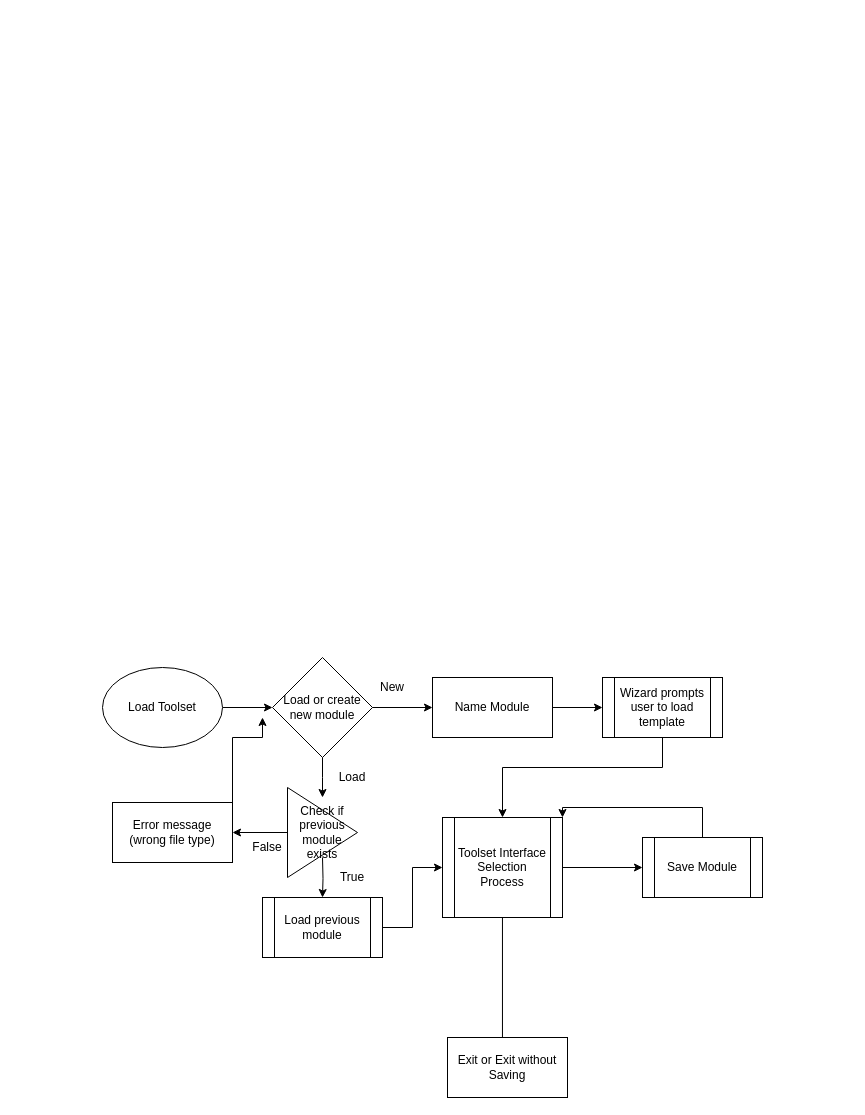
RPG-Research/bcirpg keeps this draw.io diagram as Phase2/Flowcharts/modgodToolset/ModGod/project ilmatar Phase 2 flowchart MODGODtoolset20210123.drawio. Above is the earlier version. Source tidied: cells renumbered, new cells numbered last; positions are measured from the earlier drawing's top-left corner, leaving out a move shared by most shapes. Both pictures are drawn from the tidied source at 100%, with x=0, y=0 at pixel (102, 657).
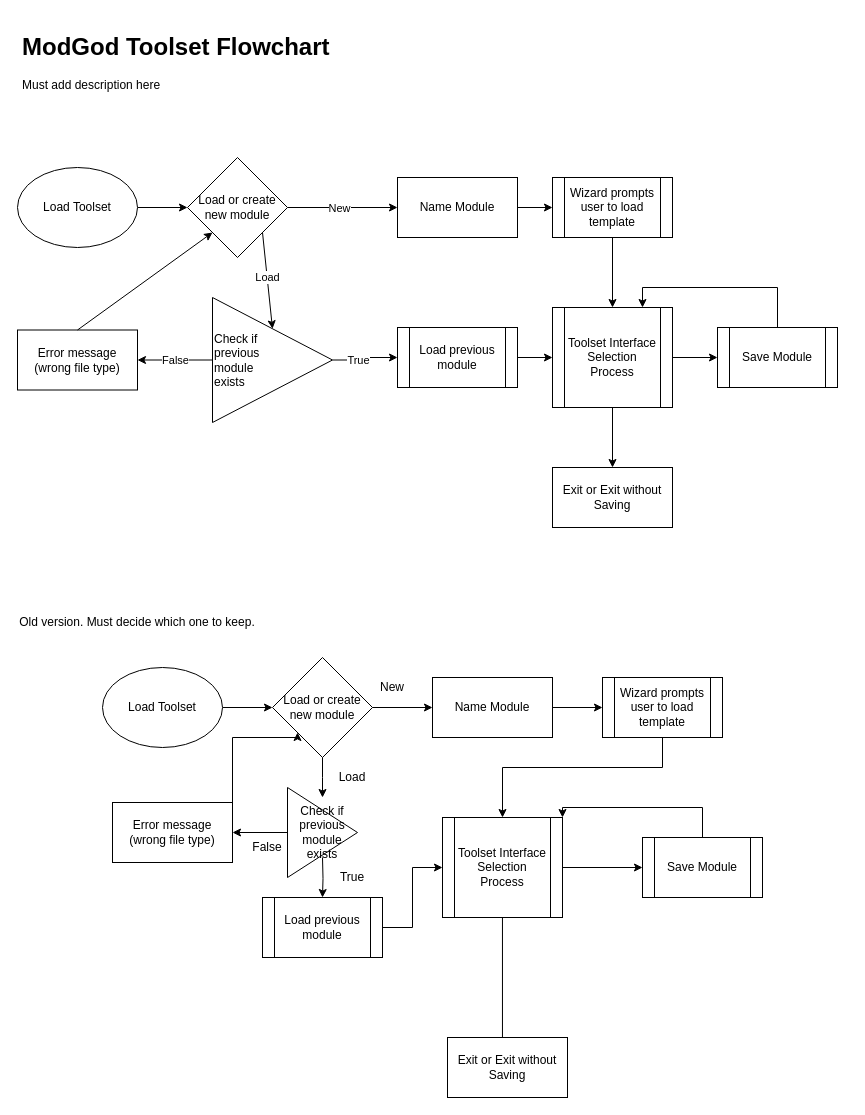
After the change.

The change refers to these unchanged cells:
```xml
<mxCell id="6" value="Load or create new module" style="rhombus;whiteSpace=wrap;html=1;" parent="1" vertex="1">
  <mxGeometry x="170" width="100" height="100" as="geometry" />
</mxCell>
<mxCell id="19" value="Error message (wrong file type)" style="rounded=0;whiteSpace=wrap;html=1;" parent="1" vertex="1">
  <mxGeometry x="10" y="145" width="120" height="60" as="geometry" />
</mxCell>
```

The edit, as a diff of the source:
```diff
@@
-    <mxCell id="18" style="edgeStyle=orthogonalEdgeStyle;rounded=0;jettySize=auto;html=1;" parent="1" edge="1" source="19">
+    <mxCell id="18" style="edgeStyle=orthogonalEdgeStyle;rounded=0;jettySize=auto;html=1;entryX=0;entryY=1;entryDx=0;entryDy=0;" parent="1" edge="1" source="19" target="6">
       <mxGeometry relative="1" as="geometry">
-        <mxPoint x="160" y="60" as="targetPoint" />
         <Array as="points">
           <mxPoint x="130" y="80" />
+          <mxPoint x="195" y="80" />
         </Array>
       </mxGeometry>
     </mxCell>
@@
+    <mxCell id="28" value="&lt;h1&gt;ModGod Toolset Flowchart&lt;/h1&gt;&lt;p&gt;Must add description here&lt;/p&gt;" style="text;html=1;strokeColor=none;fillColor=none;spacing=5;spacingTop=-20;whiteSpace=wrap;overflow=hidden;rounded=0;" parent="1" vertex="1">
+      <mxGeometry x="-85" y="-630" width="830" height="120" as="geometry" />
+    </mxCell>
+    <mxCell id="29" style="edgeStyle=orthogonalEdgeStyle;rounded=0;jettySize=auto;html=1;entryX=0;entryY=0.5;entryDx=0;entryDy=0;" parent="1" edge="1" source="30" target="33">
+      <mxGeometry relative="1" as="geometry" />
+    </mxCell>
+    <mxCell id="30" value="Load Toolset" style="ellipse;whiteSpace=wrap;html=1;" parent="1" vertex="1">
+      <mxGeometry x="-85" y="-490" width="120" height="80" as="geometry" />
+    </mxCell>
+    <mxCell id="31" style="edgeStyle=orthogonalEdgeStyle;rounded=0;jettySize=auto;html=1;exitX=1;exitY=0.5;exitDx=0;exitDy=0;entryX=0;entryY=0.5;entryDx=0;entryDy=0;" parent="1" edge="1" source="33" target="35">
+      <mxGeometry relative="1" as="geometry" />
+    </mxCell>
+    <mxCell id="32" value="New" style="edgeLabel;html=1;align=center;verticalAlign=middle;" parent="31" vertex="1">
+      <mxGeometry x="0.3" relative="1" as="geometry">
+        <mxPoint x="-21" as="offset" />
+      </mxGeometry>
+    </mxCell>
+    <mxCell id="33" value="Load or create new module" style="rhombus;whiteSpace=wrap;html=1;" parent="1" vertex="1">
+      <mxGeometry x="85" y="-500" width="100" height="100" as="geometry" />
+    </mxCell>
+    <mxCell id="34" style="edgeStyle=orthogonalEdgeStyle;rounded=0;jettySize=auto;html=1;entryX=0;entryY=0.5;entryDx=0;entryDy=0;" parent="1" edge="1" source="35" target="37">
+      <mxGeometry relative="1" as="geometry" />
+    </mxCell>
+    <mxCell id="35" value="Name Module" style="rounded=0;whiteSpace=wrap;html=1;" parent="1" vertex="1">
+      <mxGeometry x="295" y="-480" width="120" height="60" as="geometry" />
+    </mxCell>
+    <mxCell id="36" style="edgeStyle=orthogonalEdgeStyle;rounded=0;jettySize=auto;html=1;exitX=0.5;exitY=1;exitDx=0;exitDy=0;entryX=0.5;entryY=0;entryDx=0;entryDy=0;" parent="1" edge="1" source="37" target="51">
+      <mxGeometry relative="1" as="geometry" />
+    </mxCell>
+    <mxCell id="37" value="Wizard prompts user to load template" style="shape=process;whiteSpace=wrap;html=1;backgroundOutline=1;" parent="1" vertex="1">
+      <mxGeometry x="450" y="-480" width="120" height="60" as="geometry" />
+    </mxCell>
+    <mxCell id="38" value="Error message (wrong file type)" style="rounded=0;whiteSpace=wrap;html=1;" parent="1" vertex="1">
+      <mxGeometry x="-85" y="-327.5" width="120" height="60" as="geometry" />
+    </mxCell>
+    <mxCell id="39" style="edgeStyle=orthogonalEdgeStyle;rounded=0;jettySize=auto;html=1;exitX=0;exitY=0.5;exitDx=0;exitDy=0;entryX=1;entryY=0.5;entryDx=0;entryDy=0;" parent="1" edge="1" source="43" target="38">
+      <mxGeometry relative="1" as="geometry" />
+    </mxCell>
+    <mxCell id="40" value="False" style="edgeLabel;html=1;align=center;verticalAlign=middle;" parent="39" vertex="1">
+      <mxGeometry x="-0.29" relative="1" as="geometry">
+        <mxPoint x="-11" as="offset" />
+      </mxGeometry>
+    </mxCell>
+    <mxCell id="41" style="edgeStyle=orthogonalEdgeStyle;rounded=0;jettySize=auto;html=1;entryX=0;entryY=0.5;entryDx=0;entryDy=0;" parent="1" edge="1" source="43" target="48">
+      <mxGeometry relative="1" as="geometry" />
+    </mxCell>
+    <mxCell id="42" value="True" style="edgeLabel;html=1;align=center;verticalAlign=middle;" parent="41" vertex="1">
+      <mxGeometry x="-0.26" relative="1" as="geometry" />
+    </mxCell>
+    <mxCell id="43" value="Check if &lt;br&gt;previous &lt;br&gt;module &lt;br&gt;exists" style="triangle;whiteSpace=wrap;html=1;align=left;" parent="1" vertex="1">
+      <mxGeometry x="110" y="-360" width="120" height="125" as="geometry" />
+    </mxCell>
+    <mxCell id="44" style="endArrow=classic;html=1;rounded=0;entryX=0;entryY=1;entryDx=0;entryDy=0;exitX=0.5;exitY=0;exitDx=0;exitDy=0;" parent="1" edge="1" source="38" target="33">
+      <mxGeometry relative="1" as="geometry" />
+    </mxCell>
+    <mxCell id="45" style="endArrow=classic;html=1;rounded=0;exitX=1;exitY=1;exitDx=0;exitDy=0;entryX=0.5;entryY=0;entryDx=0;entryDy=0;" parent="1" edge="1" source="33" target="43">
+      <mxGeometry relative="1" as="geometry" />
+    </mxCell>
+    <mxCell id="46" value="Load" style="edgeLabel;html=1;align=center;verticalAlign=middle;" parent="45" vertex="1">
+      <mxGeometry x="-0.34" y="1" relative="1" as="geometry">
+        <mxPoint y="13" as="offset" />
+      </mxGeometry>
+    </mxCell>
+    <mxCell id="47" style="edgeStyle=orthogonalEdgeStyle;rounded=0;jettySize=auto;html=1;entryX=0;entryY=0.5;entryDx=0;entryDy=0;" parent="1" edge="1" source="48" target="51">
+      <mxGeometry relative="1" as="geometry" />
+    </mxCell>
+    <mxCell id="48" value="Load previous module" style="shape=process;whiteSpace=wrap;html=1;backgroundOutline=1;" parent="1" vertex="1">
+      <mxGeometry x="295" y="-330" width="120" height="60" as="geometry" />
+    </mxCell>
+    <mxCell id="49" style="edgeStyle=orthogonalEdgeStyle;rounded=0;jettySize=auto;html=1;entryX=0;entryY=0.5;entryDx=0;entryDy=0;" parent="1" edge="1" source="51" target="53">
+      <mxGeometry relative="1" as="geometry" />
+    </mxCell>
+    <mxCell id="50" style="edgeStyle=orthogonalEdgeStyle;rounded=0;jettySize=auto;html=1;exitX=0.5;exitY=1;exitDx=0;exitDy=0;entryX=0.5;entryY=0;entryDx=0;entryDy=0;" parent="1" edge="1" source="51" target="54">
+      <mxGeometry relative="1" as="geometry" />
+    </mxCell>
+    <mxCell id="51" value="Toolset Interface Selection Process" style="shape=process;whiteSpace=wrap;html=1;backgroundOutline=1;" parent="1" vertex="1">
+      <mxGeometry x="450" y="-350" width="120" height="100" as="geometry" />
+    </mxCell>
+    <mxCell id="52" style="edgeStyle=orthogonalEdgeStyle;rounded=0;jettySize=auto;html=1;exitX=0.5;exitY=0;exitDx=0;exitDy=0;entryX=0.75;entryY=0;entryDx=0;entryDy=0;" parent="1" edge="1" source="53" target="51">
+      <mxGeometry relative="1" as="geometry">
+        <Array as="points">
+          <mxPoint x="675" y="-370" />
+          <mxPoint x="540" y="-370" />
+        </Array>
+      </mxGeometry>
+    </mxCell>
+    <mxCell id="53" value="Save Module" style="shape=process;whiteSpace=wrap;html=1;backgroundOutline=1;" parent="1" vertex="1">
+      <mxGeometry x="615" y="-330" width="120" height="60" as="geometry" />
+    </mxCell>
+    <mxCell id="54" value="Exit or Exit without Saving" style="rounded=0;whiteSpace=wrap;html=1;" parent="1" vertex="1">
+      <mxGeometry x="450" y="-190" width="120" height="60" as="geometry" />
+    </mxCell>
+    <mxCell id="55" value="Old version. Must decide which one to keep." style="text;html=1;strokeColor=none;fillColor=none;align=center;verticalAlign=middle;whiteSpace=wrap;rounded=0;" parent="1" vertex="1">
+      <mxGeometry x="-85" y="-50" width="240" height="30" as="geometry" />
+    </mxCell>
```
